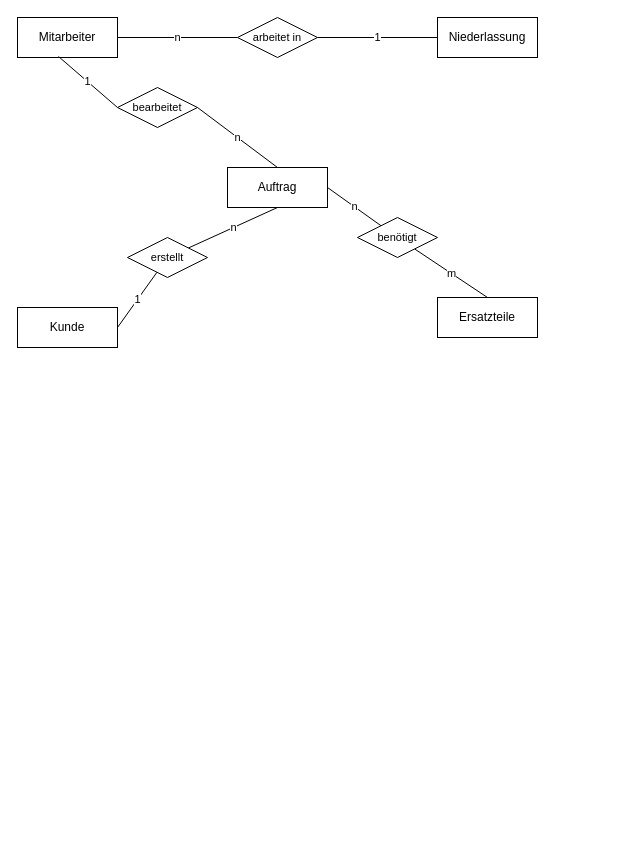
Before: Unbenanntes Diagramm.drawio in clemens29/Datenbanksysteme-I, a draw.io diagram. Source tidied: cells renumbered, new cells numbered last; positions are measured from the earlier drawing's top-left corner, leaving out a move shared by most shapes. Both pictures are drawn from the tidied source at 100%, with x=0, y=0 at pixel (17, 17).
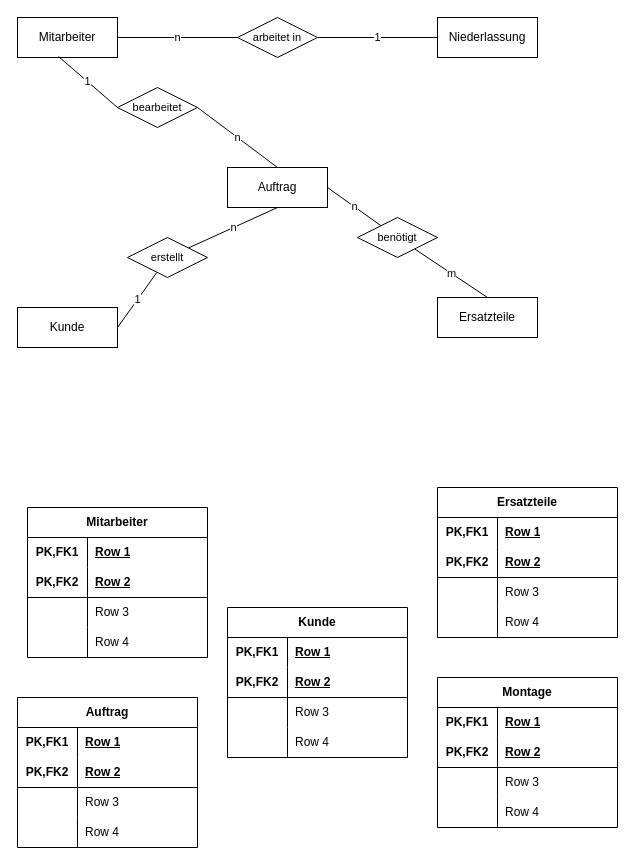
The same page after the edit.

Change to the diagram source:
```diff
@@
+    <mxCell id="19" value="Mitarbeiter" style="shape=table;startSize=30;childLayout=tableLayout;rowLines=0;fontStyle=1;align=center;html=1;whiteSpace=wrap;" parent="1" vertex="1">
+      <mxGeometry x="10" y="490" width="180" height="150" as="geometry" />
+    </mxCell>
+    <mxCell id="20" style="shape=tableRow;horizontal=0;startSize=0;swimlaneHead=0;swimlaneBody=0;fillColor=none;top=0;left=0;right=0;bottom=0;html=1;" parent="19" vertex="1">
+      <mxGeometry y="30" width="180" height="30" as="geometry" />
+    </mxCell>
+    <mxCell id="21" value="PK,FK1" style="shape=partialRectangle;fillColor=none;top=0;left=0;bottom=0;right=0;fontStyle=1;overflow=hidden;html=1;whiteSpace=wrap;" parent="20" vertex="1">
+      <mxGeometry width="60" height="30" as="geometry" />
+    </mxCell>
+    <mxCell id="22" value="Row 1" style="shape=partialRectangle;fillColor=none;top=0;left=0;bottom=0;right=0;align=left;spacingLeft=6;fontStyle=5;overflow=hidden;html=1;whiteSpace=wrap;" parent="20" vertex="1">
+      <mxGeometry x="60" width="120" height="30" as="geometry" />
+    </mxCell>
+    <mxCell id="23" style="shape=tableRow;horizontal=0;startSize=0;swimlaneHead=0;swimlaneBody=0;fillColor=none;top=0;left=0;right=0;bottom=1;html=1;" parent="19" vertex="1">
+      <mxGeometry y="60" width="180" height="30" as="geometry" />
+    </mxCell>
+    <mxCell id="24" value="PK,FK2" style="shape=partialRectangle;fillColor=none;top=0;left=0;bottom=0;right=0;fontStyle=1;overflow=hidden;html=1;whiteSpace=wrap;" parent="23" vertex="1">
+      <mxGeometry width="60" height="30" as="geometry" />
+    </mxCell>
+    <mxCell id="25" value="Row 2" style="shape=partialRectangle;fillColor=none;top=0;left=0;bottom=0;right=0;align=left;spacingLeft=6;fontStyle=5;overflow=hidden;html=1;whiteSpace=wrap;" parent="23" vertex="1">
+      <mxGeometry x="60" width="120" height="30" as="geometry" />
+    </mxCell>
+    <mxCell id="26" style="shape=tableRow;horizontal=0;startSize=0;swimlaneHead=0;swimlaneBody=0;fillColor=none;top=0;left=0;right=0;bottom=0;html=1;" parent="19" vertex="1">
+      <mxGeometry y="90" width="180" height="30" as="geometry" />
+    </mxCell>
+    <mxCell id="27" style="shape=partialRectangle;fillColor=none;top=0;left=0;bottom=0;right=0;overflow=hidden;html=1;whiteSpace=wrap;" parent="26" vertex="1">
+      <mxGeometry width="60" height="30" as="geometry" />
+    </mxCell>
+    <mxCell id="28" value="Row 3" style="shape=partialRectangle;fillColor=none;top=0;left=0;bottom=0;right=0;align=left;spacingLeft=6;overflow=hidden;html=1;whiteSpace=wrap;" parent="26" vertex="1">
+      <mxGeometry x="60" width="120" height="30" as="geometry" />
+    </mxCell>
+    <mxCell id="29" style="shape=tableRow;horizontal=0;startSize=0;swimlaneHead=0;swimlaneBody=0;fillColor=none;top=0;left=0;right=0;bottom=0;html=1;" parent="19" vertex="1">
+      <mxGeometry y="120" width="180" height="30" as="geometry" />
+    </mxCell>
+    <mxCell id="30" style="shape=partialRectangle;fillColor=none;top=0;left=0;bottom=0;right=0;overflow=hidden;html=1;whiteSpace=wrap;" parent="29" vertex="1">
+      <mxGeometry width="60" height="30" as="geometry" />
+    </mxCell>
+    <mxCell id="31" value="Row 4" style="shape=partialRectangle;fillColor=none;top=0;left=0;bottom=0;right=0;align=left;spacingLeft=6;overflow=hidden;html=1;whiteSpace=wrap;" parent="29" vertex="1">
+      <mxGeometry x="60" width="120" height="30" as="geometry" />
+    </mxCell>
+    <mxCell id="32" value="Auftrag" style="shape=table;startSize=30;childLayout=tableLayout;rowLines=0;fontStyle=1;align=center;html=1;whiteSpace=wrap;" parent="1" vertex="1">
+      <mxGeometry y="680" width="180" height="150" as="geometry" />
+    </mxCell>
+    <mxCell id="33" style="shape=tableRow;horizontal=0;startSize=0;swimlaneHead=0;swimlaneBody=0;fillColor=none;top=0;left=0;right=0;bottom=0;html=1;" parent="32" vertex="1">
+      <mxGeometry y="30" width="180" height="30" as="geometry" />
+    </mxCell>
+    <mxCell id="34" value="PK,FK1" style="shape=partialRectangle;fillColor=none;top=0;left=0;bottom=0;right=0;fontStyle=1;overflow=hidden;html=1;whiteSpace=wrap;" parent="33" vertex="1">
+      <mxGeometry width="60" height="30" as="geometry" />
+    </mxCell>
+    <mxCell id="35" value="Row 1" style="shape=partialRectangle;fillColor=none;top=0;left=0;bottom=0;right=0;align=left;spacingLeft=6;fontStyle=5;overflow=hidden;html=1;whiteSpace=wrap;" parent="33" vertex="1">
+      <mxGeometry x="60" width="120" height="30" as="geometry" />
+    </mxCell>
+    <mxCell id="36" style="shape=tableRow;horizontal=0;startSize=0;swimlaneHead=0;swimlaneBody=0;fillColor=none;top=0;left=0;right=0;bottom=1;html=1;" parent="32" vertex="1">
+      <mxGeometry y="60" width="180" height="30" as="geometry" />
+    </mxCell>
+    <mxCell id="37" value="PK,FK2" style="shape=partialRectangle;fillColor=none;top=0;left=0;bottom=0;right=0;fontStyle=1;overflow=hidden;html=1;whiteSpace=wrap;" parent="36" vertex="1">
+      <mxGeometry width="60" height="30" as="geometry" />
+    </mxCell>
+    <mxCell id="38" value="Row 2" style="shape=partialRectangle;fillColor=none;top=0;left=0;bottom=0;right=0;align=left;spacingLeft=6;fontStyle=5;overflow=hidden;html=1;whiteSpace=wrap;" parent="36" vertex="1">
+      <mxGeometry x="60" width="120" height="30" as="geometry" />
+    </mxCell>
+    <mxCell id="39" style="shape=tableRow;horizontal=0;startSize=0;swimlaneHead=0;swimlaneBody=0;fillColor=none;top=0;left=0;right=0;bottom=0;html=1;" parent="32" vertex="1">
+      <mxGeometry y="90" width="180" height="30" as="geometry" />
+    </mxCell>
+    <mxCell id="40" style="shape=partialRectangle;fillColor=none;top=0;left=0;bottom=0;right=0;overflow=hidden;html=1;whiteSpace=wrap;" parent="39" vertex="1">
+      <mxGeometry width="60" height="30" as="geometry" />
+    </mxCell>
+    <mxCell id="41" value="Row 3" style="shape=partialRectangle;fillColor=none;top=0;left=0;bottom=0;right=0;align=left;spacingLeft=6;overflow=hidden;html=1;whiteSpace=wrap;" parent="39" vertex="1">
+      <mxGeometry x="60" width="120" height="30" as="geometry" />
+    </mxCell>
+    <mxCell id="42" style="shape=tableRow;horizontal=0;startSize=0;swimlaneHead=0;swimlaneBody=0;fillColor=none;top=0;left=0;right=0;bottom=0;html=1;" parent="32" vertex="1">
+      <mxGeometry y="120" width="180" height="30" as="geometry" />
+    </mxCell>
+    <mxCell id="43" style="shape=partialRectangle;fillColor=none;top=0;left=0;bottom=0;right=0;overflow=hidden;html=1;whiteSpace=wrap;" parent="42" vertex="1">
+      <mxGeometry width="60" height="30" as="geometry" />
+    </mxCell>
+    <mxCell id="44" value="Row 4" style="shape=partialRectangle;fillColor=none;top=0;left=0;bottom=0;right=0;align=left;spacingLeft=6;overflow=hidden;html=1;whiteSpace=wrap;" parent="42" vertex="1">
+      <mxGeometry x="60" width="120" height="30" as="geometry" />
+    </mxCell>
+    <mxCell id="45" value="Kunde" style="shape=table;startSize=30;childLayout=tableLayout;rowLines=0;fontStyle=1;align=center;html=1;whiteSpace=wrap;" parent="1" vertex="1">
+      <mxGeometry x="210" y="590" width="180" height="150" as="geometry" />
+    </mxCell>
+    <mxCell id="46" style="shape=tableRow;horizontal=0;startSize=0;swimlaneHead=0;swimlaneBody=0;fillColor=none;top=0;left=0;right=0;bottom=0;html=1;" parent="45" vertex="1">
+      <mxGeometry y="30" width="180" height="30" as="geometry" />
+    </mxCell>
+    <mxCell id="47" value="PK,FK1" style="shape=partialRectangle;fillColor=none;top=0;left=0;bottom=0;right=0;fontStyle=1;overflow=hidden;html=1;whiteSpace=wrap;" parent="46" vertex="1">
+      <mxGeometry width="60" height="30" as="geometry" />
+    </mxCell>
+    <mxCell id="48" value="Row 1" style="shape=partialRectangle;fillColor=none;top=0;left=0;bottom=0;right=0;align=left;spacingLeft=6;fontStyle=5;overflow=hidden;html=1;whiteSpace=wrap;" parent="46" vertex="1">
+      <mxGeometry x="60" width="120" height="30" as="geometry" />
+    </mxCell>
+    <mxCell id="49" style="shape=tableRow;horizontal=0;startSize=0;swimlaneHead=0;swimlaneBody=0;fillColor=none;top=0;left=0;right=0;bottom=1;html=1;" parent="45" vertex="1">
+      <mxGeometry y="60" width="180" height="30" as="geometry" />
+    </mxCell>
+    <mxCell id="50" value="PK,FK2" style="shape=partialRectangle;fillColor=none;top=0;left=0;bottom=0;right=0;fontStyle=1;overflow=hidden;html=1;whiteSpace=wrap;" parent="49" vertex="1">
+      <mxGeometry width="60" height="30" as="geometry" />
+    </mxCell>
+    <mxCell id="51" value="Row 2" style="shape=partialRectangle;fillColor=none;top=0;left=0;bottom=0;right=0;align=left;spacingLeft=6;fontStyle=5;overflow=hidden;html=1;whiteSpace=wrap;" parent="49" vertex="1">
+      <mxGeometry x="60" width="120" height="30" as="geometry" />
+    </mxCell>
+    <mxCell id="52" style="shape=tableRow;horizontal=0;startSize=0;swimlaneHead=0;swimlaneBody=0;fillColor=none;top=0;left=0;right=0;bottom=0;html=1;" parent="45" vertex="1">
+      <mxGeometry y="90" width="180" height="30" as="geometry" />
+    </mxCell>
+    <mxCell id="53" style="shape=partialRectangle;fillColor=none;top=0;left=0;bottom=0;right=0;overflow=hidden;html=1;whiteSpace=wrap;" parent="52" vertex="1">
+      <mxGeometry width="60" height="30" as="geometry" />
+    </mxCell>
+    <mxCell id="54" value="Row 3" style="shape=partialRectangle;fillColor=none;top=0;left=0;bottom=0;right=0;align=left;spacingLeft=6;overflow=hidden;html=1;whiteSpace=wrap;" parent="52" vertex="1">
+      <mxGeometry x="60" width="120" height="30" as="geometry" />
+    </mxCell>
+    <mxCell id="55" style="shape=tableRow;horizontal=0;startSize=0;swimlaneHead=0;swimlaneBody=0;fillColor=none;top=0;left=0;right=0;bottom=0;html=1;" parent="45" vertex="1">
+      <mxGeometry y="120" width="180" height="30" as="geometry" />
+    </mxCell>
+    <mxCell id="56" style="shape=partialRectangle;fillColor=none;top=0;left=0;bottom=0;right=0;overflow=hidden;html=1;whiteSpace=wrap;" parent="55" vertex="1">
+      <mxGeometry width="60" height="30" as="geometry" />
+    </mxCell>
+    <mxCell id="57" value="Row 4" style="shape=partialRectangle;fillColor=none;top=0;left=0;bottom=0;right=0;align=left;spacingLeft=6;overflow=hidden;html=1;whiteSpace=wrap;" parent="55" vertex="1">
+      <mxGeometry x="60" width="120" height="30" as="geometry" />
+    </mxCell>
+    <mxCell id="58" value="Montage" style="shape=table;startSize=30;childLayout=tableLayout;rowLines=0;fontStyle=1;align=center;html=1;whiteSpace=wrap;" parent="1" vertex="1">
+      <mxGeometry x="420" y="660" width="180" height="150" as="geometry" />
+    </mxCell>
+    <mxCell id="59" style="shape=tableRow;horizontal=0;startSize=0;swimlaneHead=0;swimlaneBody=0;fillColor=none;top=0;left=0;right=0;bottom=0;html=1;" parent="58" vertex="1">
+      <mxGeometry y="30" width="180" height="30" as="geometry" />
+    </mxCell>
+    <mxCell id="60" value="PK,FK1" style="shape=partialRectangle;fillColor=none;top=0;left=0;bottom=0;right=0;fontStyle=1;overflow=hidden;html=1;whiteSpace=wrap;" parent="59" vertex="1">
+      <mxGeometry width="60" height="30" as="geometry" />
+    </mxCell>
+    <mxCell id="61" value="Row 1" style="shape=partialRectangle;fillColor=none;top=0;left=0;bottom=0;right=0;align=left;spacingLeft=6;fontStyle=5;overflow=hidden;html=1;whiteSpace=wrap;" parent="59" vertex="1">
+      <mxGeometry x="60" width="120" height="30" as="geometry" />
+    </mxCell>
+    <mxCell id="62" style="shape=tableRow;horizontal=0;startSize=0;swimlaneHead=0;swimlaneBody=0;fillColor=none;top=0;left=0;right=0;bottom=1;html=1;" parent="58" vertex="1">
+      <mxGeometry y="60" width="180" height="30" as="geometry" />
+    </mxCell>
+    <mxCell id="63" value="PK,FK2" style="shape=partialRectangle;fillColor=none;top=0;left=0;bottom=0;right=0;fontStyle=1;overflow=hidden;html=1;whiteSpace=wrap;" parent="62" vertex="1">
+      <mxGeometry width="60" height="30" as="geometry" />
+    </mxCell>
+    <mxCell id="64" value="Row 2" style="shape=partialRectangle;fillColor=none;top=0;left=0;bottom=0;right=0;align=left;spacingLeft=6;fontStyle=5;overflow=hidden;html=1;whiteSpace=wrap;" parent="62" vertex="1">
+      <mxGeometry x="60" width="120" height="30" as="geometry" />
+    </mxCell>
+    <mxCell id="65" style="shape=tableRow;horizontal=0;startSize=0;swimlaneHead=0;swimlaneBody=0;fillColor=none;top=0;left=0;right=0;bottom=0;html=1;" parent="58" vertex="1">
+      <mxGeometry y="90" width="180" height="30" as="geometry" />
+    </mxCell>
+    <mxCell id="66" style="shape=partialRectangle;fillColor=none;top=0;left=0;bottom=0;right=0;overflow=hidden;html=1;whiteSpace=wrap;" parent="65" vertex="1">
+      <mxGeometry width="60" height="30" as="geometry" />
+    </mxCell>
+    <mxCell id="67" value="Row 3" style="shape=partialRectangle;fillColor=none;top=0;left=0;bottom=0;right=0;align=left;spacingLeft=6;overflow=hidden;html=1;whiteSpace=wrap;" parent="65" vertex="1">
+      <mxGeometry x="60" width="120" height="30" as="geometry" />
+    </mxCell>
+    <mxCell id="68" style="shape=tableRow;horizontal=0;startSize=0;swimlaneHead=0;swimlaneBody=0;fillColor=none;top=0;left=0;right=0;bottom=0;html=1;" parent="58" vertex="1">
+      <mxGeometry y="120" width="180" height="30" as="geometry" />
+    </mxCell>
+    <mxCell id="69" style="shape=partialRectangle;fillColor=none;top=0;left=0;bottom=0;right=0;overflow=hidden;html=1;whiteSpace=wrap;" parent="68" vertex="1">
+      <mxGeometry width="60" height="30" as="geometry" />
+    </mxCell>
+    <mxCell id="70" value="Row 4" style="shape=partialRectangle;fillColor=none;top=0;left=0;bottom=0;right=0;align=left;spacingLeft=6;overflow=hidden;html=1;whiteSpace=wrap;" parent="68" vertex="1">
+      <mxGeometry x="60" width="120" height="30" as="geometry" />
+    </mxCell>
+    <mxCell id="71" value="Ersatzteile" style="shape=table;startSize=30;childLayout=tableLayout;rowLines=0;fontStyle=1;align=center;html=1;whiteSpace=wrap;" parent="1" vertex="1">
+      <mxGeometry x="420" y="470" width="180" height="150" as="geometry" />
+    </mxCell>
+    <mxCell id="72" style="shape=tableRow;horizontal=0;startSize=0;swimlaneHead=0;swimlaneBody=0;fillColor=none;top=0;left=0;right=0;bottom=0;html=1;" parent="71" vertex="1">
+      <mxGeometry y="30" width="180" height="30" as="geometry" />
+    </mxCell>
+    <mxCell id="73" value="PK,FK1" style="shape=partialRectangle;fillColor=none;top=0;left=0;bottom=0;right=0;fontStyle=1;overflow=hidden;html=1;whiteSpace=wrap;" parent="72" vertex="1">
+      <mxGeometry width="60" height="30" as="geometry" />
+    </mxCell>
+    <mxCell id="74" value="Row 1" style="shape=partialRectangle;fillColor=none;top=0;left=0;bottom=0;right=0;align=left;spacingLeft=6;fontStyle=5;overflow=hidden;html=1;whiteSpace=wrap;" parent="72" vertex="1">
+      <mxGeometry x="60" width="120" height="30" as="geometry" />
+    </mxCell>
+    <mxCell id="75" style="shape=tableRow;horizontal=0;startSize=0;swimlaneHead=0;swimlaneBody=0;fillColor=none;top=0;left=0;right=0;bottom=1;html=1;" parent="71" vertex="1">
+      <mxGeometry y="60" width="180" height="30" as="geometry" />
+    </mxCell>
+    <mxCell id="76" value="PK,FK2" style="shape=partialRectangle;fillColor=none;top=0;left=0;bottom=0;right=0;fontStyle=1;overflow=hidden;html=1;whiteSpace=wrap;" parent="75" vertex="1">
+      <mxGeometry width="60" height="30" as="geometry" />
+    </mxCell>
+    <mxCell id="77" value="Row 2" style="shape=partialRectangle;fillColor=none;top=0;left=0;bottom=0;right=0;align=left;spacingLeft=6;fontStyle=5;overflow=hidden;html=1;whiteSpace=wrap;" parent="75" vertex="1">
+      <mxGeometry x="60" width="120" height="30" as="geometry" />
+    </mxCell>
+    <mxCell id="78" style="shape=tableRow;horizontal=0;startSize=0;swimlaneHead=0;swimlaneBody=0;fillColor=none;top=0;left=0;right=0;bottom=0;html=1;" parent="71" vertex="1">
+      <mxGeometry y="90" width="180" height="30" as="geometry" />
+    </mxCell>
+    <mxCell id="79" style="shape=partialRectangle;fillColor=none;top=0;left=0;bottom=0;right=0;overflow=hidden;html=1;whiteSpace=wrap;" parent="78" vertex="1">
+      <mxGeometry width="60" height="30" as="geometry" />
+    </mxCell>
+    <mxCell id="80" value="Row 3" style="shape=partialRectangle;fillColor=none;top=0;left=0;bottom=0;right=0;align=left;spacingLeft=6;overflow=hidden;html=1;whiteSpace=wrap;" parent="78" vertex="1">
+      <mxGeometry x="60" width="120" height="30" as="geometry" />
+    </mxCell>
+    <mxCell id="81" style="shape=tableRow;horizontal=0;startSize=0;swimlaneHead=0;swimlaneBody=0;fillColor=none;top=0;left=0;right=0;bottom=0;html=1;" parent="71" vertex="1">
+      <mxGeometry y="120" width="180" height="30" as="geometry" />
+    </mxCell>
+    <mxCell id="82" style="shape=partialRectangle;fillColor=none;top=0;left=0;bottom=0;right=0;overflow=hidden;html=1;whiteSpace=wrap;" parent="81" vertex="1">
+      <mxGeometry width="60" height="30" as="geometry" />
+    </mxCell>
+    <mxCell id="83" value="Row 4" style="shape=partialRectangle;fillColor=none;top=0;left=0;bottom=0;right=0;align=left;spacingLeft=6;overflow=hidden;html=1;whiteSpace=wrap;" parent="81" vertex="1">
+      <mxGeometry x="60" width="120" height="30" as="geometry" />
+    </mxCell>
```
